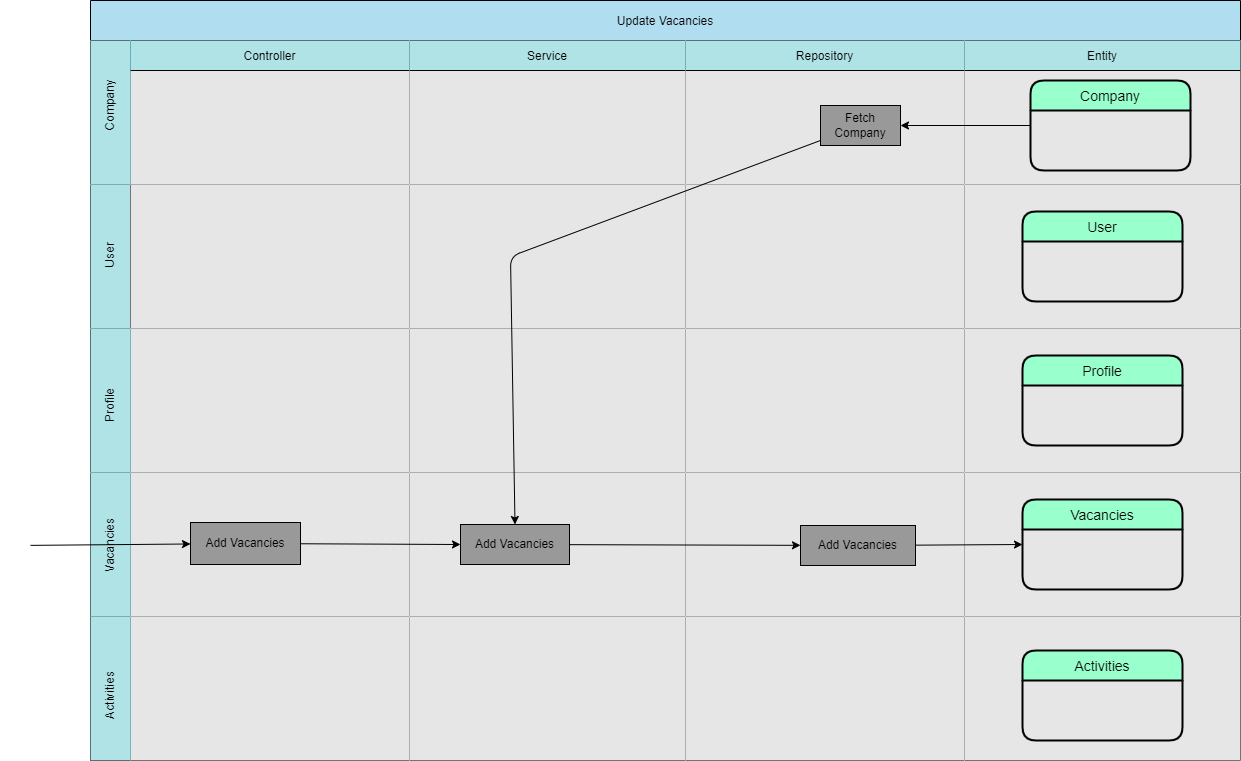
This is documents/asd/VAC-ASD-Add-Vacancies-AS-v1.png from AaronSaya/educom-symfony-1690191754, a draw.io export, as it was before one commit. Source tidied: cells renumbered, new cells last; positions are measured from the earlier drawing's top-left corner, leaving out a move shared by most shapes.
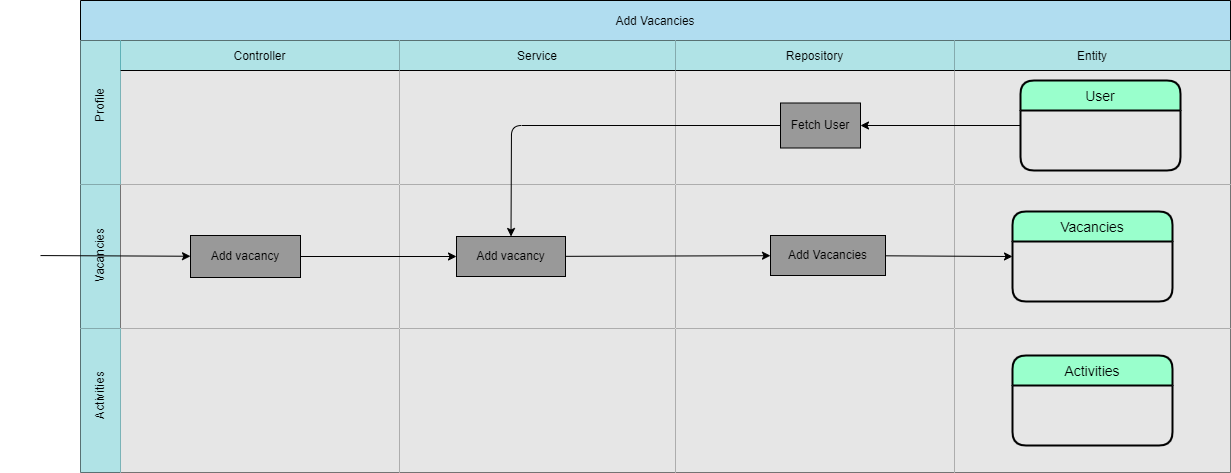
After the commit.

The edit, as a diff of the source:
```diff
@@ -2,8 +2,8 @@
   <root>
     <mxCell id="0" />
     <mxCell id="1" parent="0" />
-    <mxCell id="2" value="Update Vacancies" style="shape=table;startSize=40;fillColor=#b1ddf0;strokeColor=#000000;fontColor=#000000;" parent="1" vertex="1">
-      <mxGeometry x="90" width="1150" height="760" as="geometry" />
+    <mxCell id="2" value="Add Vacancies" style="shape=table;startSize=40;fillColor=#b1ddf0;strokeColor=#000000;fontColor=#000000;" parent="1" vertex="1">
+      <mxGeometry x="90" width="1150" height="472" as="geometry" />
     </mxCell>
     <mxCell id="3" style="shape=tableRow;horizontal=0;swimlaneHead=0;swimlaneBody=0;top=0;left=0;bottom=0;right=0;fontStyle=0;fillColor=#b0e3e6;startSize=40;strokeColor=#0e8088;fontColor=#000000;" parent="2" vertex="1">
       <mxGeometry y="40" width="1150" height="144" as="geometry" />
@@ -17,13 +17,13 @@
     <mxCell id="6" value="Repository" style="swimlane;swimlaneHead=0;swimlaneBody=0;fontStyle=0;fillColor=#b0e3e6;startSize=30;strokeColor=#000000;fontColor=#000000;swimlaneFillColor=#E6E6E6;" parent="3" vertex="1">
       <mxGeometry x="595" width="279" height="144" as="geometry" />
     </mxCell>
-    <mxCell id="7" value="Fetch Company" style="whiteSpace=wrap;html=1;fillColor=#999999;fontColor=#000000;" parent="6" vertex="1">
-      <mxGeometry x="135" y="65" width="80" height="40" as="geometry" />
+    <mxCell id="7" value="Fetch User" style="whiteSpace=wrap;html=1;fillColor=#999999;fontColor=#000000;" parent="6" vertex="1">
+      <mxGeometry x="105" y="62.5" width="80" height="45" as="geometry" />
     </mxCell>
     <mxCell id="8" value="Entity" style="swimlane;swimlaneHead=0;swimlaneBody=0;fontStyle=0;fillColor=#b0e3e6;startSize=30;strokeColor=#000000;fontColor=#000000;swimlaneFillColor=#E6E6E6;" parent="3" vertex="1">
       <mxGeometry x="874" width="276" height="144" as="geometry" />
     </mxCell>
-    <mxCell id="9" value="Company" style="swimlane;horizontal=1;startSize=30;rounded=1;fontSize=14;fontStyle=0;strokeWidth=2;shadow=0;dashed=0;align=center;fillColor=#99FFCC;strokeColor=#000000;fontColor=#000000;" parent="8" vertex="1">
+    <mxCell id="9" value="User" style="swimlane;horizontal=1;startSize=30;rounded=1;fontSize=14;fontStyle=0;strokeWidth=2;shadow=0;dashed=0;align=center;fillColor=#99FFCC;strokeColor=#000000;fontColor=#000000;" parent="8" vertex="1">
       <mxGeometry x="66" y="40" width="160" height="90" as="geometry" />
     </mxCell>
     <mxCell id="10" style="edgeStyle=none;html=1;strokeColor=#000000;exitX=0;exitY=0.5;exitDx=0;exitDy=0;" parent="3" edge="1" source="9" target="7">
@@ -35,18 +35,36 @@
     <mxCell id="12" style="swimlane;swimlaneHead=0;swimlaneBody=0;fontStyle=0;fillColor=none;startSize=0;swimlaneFillColor=#E6E6E6;strokeColor=#000000;" parent="11" vertex="1">
       <mxGeometry x="40" width="279" height="144" as="geometry" />
     </mxCell>
+    <mxCell id="25" value="&lt;span style=&quot;&quot;&gt;Add&amp;nbsp;&lt;/span&gt;vacancy" style="whiteSpace=wrap;html=1;fillColor=#999999;fillStyle=auto;fontColor=#000000;" parent="12" vertex="1">
+      <mxGeometry x="70" y="51" width="110" height="42" as="geometry" />
+    </mxCell>
     <mxCell id="13" style="swimlane;swimlaneHead=0;swimlaneBody=0;fontStyle=0;fillColor=none;startSize=0;swimlaneFillColor=#E6E6E6;strokeColor=#000000;fontColor=#000000;" parent="11" vertex="1">
       <mxGeometry x="319" width="276" height="144" as="geometry" />
     </mxCell>
+    <mxCell id="27" value="&lt;span style=&quot;&quot;&gt;Add&amp;nbsp;&lt;/span&gt;vacancy" style="whiteSpace=wrap;html=1;fillColor=#999999;fontColor=#000000;" parent="13" vertex="1">
+      <mxGeometry x="57" y="52" width="109" height="40" as="geometry" />
+    </mxCell>
     <mxCell id="14" style="swimlane;swimlaneHead=0;swimlaneBody=0;fontStyle=0;fillColor=none;startSize=0;swimlaneFillColor=#E6E6E6;strokeColor=#000000;" parent="11" vertex="1">
       <mxGeometry x="595" width="279" height="144" as="geometry" />
     </mxCell>
+    <mxCell id="29" value="&lt;span style=&quot;&quot;&gt;Add&amp;nbsp;&lt;/span&gt;Vacancies" style="whiteSpace=wrap;html=1;fillColor=#999999;fontColor=#000000;align=center;" parent="14" vertex="1">
+      <mxGeometry x="95" y="51" width="115" height="40" as="geometry" />
+    </mxCell>
     <mxCell id="15" style="swimlane;swimlaneHead=0;swimlaneBody=0;fontStyle=0;fillColor=none;startSize=0;swimlaneFillColor=#E6E6E6;strokeColor=#000000;" parent="11" vertex="1">
       <mxGeometry x="874" width="276" height="144" as="geometry" />
     </mxCell>
-    <mxCell id="16" value="User" style="swimlane;horizontal=1;startSize=30;rounded=1;fontSize=14;fontStyle=0;strokeWidth=2;shadow=0;dashed=0;align=center;fillColor=#99FFCC;strokeColor=#000000;fontColor=#000000;" parent="15" vertex="1">
+    <mxCell id="16" value="Vacancies" style="swimlane;horizontal=1;startSize=30;rounded=1;fontSize=14;fontStyle=0;strokeWidth=2;shadow=0;dashed=0;align=center;fillColor=#99FFCC;strokeColor=#000000;fontColor=#000000;" parent="15" vertex="1">
       <mxGeometry x="58" y="27" width="160" height="90" as="geometry" />
     </mxCell>
+    <mxCell id="34" style="edgeStyle=none;html=1;entryX=0;entryY=0.5;entryDx=0;entryDy=0;strokeColor=#000000;" parent="11" edge="1" source="25" target="27">
+      <mxGeometry relative="1" as="geometry" />
+    </mxCell>
+    <mxCell id="33" style="edgeStyle=none;html=1;strokeColor=#000000;" parent="11" edge="1" source="27" target="29">
+      <mxGeometry relative="1" as="geometry" />
+    </mxCell>
+    <mxCell id="49" style="edgeStyle=none;html=1;entryX=0;entryY=0.5;entryDx=0;entryDy=0;strokeColor=#000000;" parent="11" edge="1" source="29" target="16">
+      <mxGeometry relative="1" as="geometry" />
+    </mxCell>
     <mxCell id="17" style="shape=tableRow;horizontal=0;swimlaneHead=0;swimlaneBody=0;top=0;left=0;bottom=0;right=0;fontStyle=0;fillColor=#b0e3e6;startSize=40;strokeColor=#0e8088;" parent="2" vertex="1">
       <mxGeometry y="328" width="1150" height="144" as="geometry" />
     </mxCell>
@@ -62,90 +80,30 @@
     <mxCell id="21" style="swimlane;swimlaneHead=0;swimlaneBody=0;fontStyle=0;fillColor=none;startSize=0;swimlaneFillColor=#E6E6E6;strokeColor=#000000;" parent="17" vertex="1">
       <mxGeometry x="874" width="276" height="144" as="geometry" />
     </mxCell>
-    <mxCell id="22" value="Profile" style="swimlane;horizontal=1;startSize=30;rounded=1;fontSize=14;fontStyle=0;strokeWidth=2;shadow=0;dashed=0;align=center;fillColor=#99FFCC;strokeColor=#000000;fontColor=#000000;" parent="21" vertex="1">
+    <mxCell id="22" value="Activities" style="swimlane;horizontal=1;startSize=30;rounded=1;fontSize=14;fontStyle=0;strokeWidth=2;shadow=0;dashed=0;align=center;fillColor=#99FFCC;strokeColor=#000000;fontColor=#000000;" parent="21" vertex="1">
       <mxGeometry x="58" y="27" width="160" height="90" as="geometry" />
     </mxCell>
-    <mxCell id="23" style="shape=tableRow;horizontal=0;swimlaneHead=0;swimlaneBody=0;top=0;left=0;bottom=0;right=0;fontStyle=0;fillColor=#b0e3e6;startSize=40;strokeColor=#0e8088;" parent="2" vertex="1">
-      <mxGeometry y="472" width="1150" height="144" as="geometry" />
-    </mxCell>
-    <mxCell id="24" style="swimlane;swimlaneHead=0;swimlaneBody=0;fontStyle=0;fillColor=none;startSize=0;swimlaneFillColor=#E6E6E6;strokeColor=#000000;" parent="23" vertex="1">
-      <mxGeometry x="40" width="279" height="144" as="geometry" />
-    </mxCell>
-    <mxCell id="25" value="&lt;span style=&quot;&quot;&gt;Add&amp;nbsp;&lt;/span&gt;Vacancies" style="whiteSpace=wrap;html=1;fillColor=#999999;fillStyle=auto;fontColor=#000000;" parent="24" vertex="1">
-      <mxGeometry x="60" y="50" width="110" height="42" as="geometry" />
-    </mxCell>
-    <mxCell id="26" style="swimlane;swimlaneHead=0;swimlaneBody=0;fontStyle=0;fillColor=none;startSize=0;swimlaneFillColor=#E6E6E6;strokeColor=#000000;" parent="23" vertex="1">
-      <mxGeometry x="319" width="276" height="144" as="geometry" />
-    </mxCell>
-    <mxCell id="27" value="Add Vacancies" style="whiteSpace=wrap;html=1;fillColor=#999999;fontColor=#000000;" parent="26" vertex="1">
-      <mxGeometry x="51" y="52" width="109" height="40" as="geometry" />
-    </mxCell>
-    <mxCell id="28" style="swimlane;swimlaneHead=0;swimlaneBody=0;fontStyle=0;fillColor=none;startSize=0;swimlaneFillColor=#E6E6E6;strokeColor=#000000;" parent="23" vertex="1">
-      <mxGeometry x="595" width="279" height="144" as="geometry" />
-    </mxCell>
-    <mxCell id="29" value="Add Vacancies" style="whiteSpace=wrap;html=1;fillColor=#999999;fontColor=#000000;align=center;" parent="28" vertex="1">
-      <mxGeometry x="115" y="53" width="115" height="40" as="geometry" />
-    </mxCell>
-    <mxCell id="30" style="swimlane;swimlaneHead=0;swimlaneBody=0;fontStyle=0;fillColor=none;startSize=0;swimlaneFillColor=#E6E6E6;" parent="23" vertex="1">
-      <mxGeometry x="874" width="276" height="144" as="geometry" />
-    </mxCell>
-    <mxCell id="31" value="Vacancies" style="swimlane;horizontal=1;startSize=30;rounded=1;fontSize=14;fontStyle=0;strokeWidth=2;shadow=0;dashed=0;align=center;fillColor=#99FFCC;strokeColor=#000000;fontColor=#000000;" parent="30" vertex="1">
-      <mxGeometry x="58" y="27" width="160" height="90" as="geometry" />
-    </mxCell>
-    <mxCell id="32" style="edgeStyle=none;html=1;entryX=0;entryY=0.5;entryDx=0;entryDy=0;strokeColor=#000000;" parent="23" edge="1" source="29" target="31">
-      <mxGeometry relative="1" as="geometry" />
-    </mxCell>
-    <mxCell id="33" style="edgeStyle=none;html=1;strokeColor=#000000;" parent="23" edge="1" source="27" target="29">
-      <mxGeometry relative="1" as="geometry" />
-    </mxCell>
-    <mxCell id="34" style="edgeStyle=none;html=1;entryX=0;entryY=0.5;entryDx=0;entryDy=0;strokeColor=#000000;" parent="23" edge="1" source="25" target="27">
-      <mxGeometry relative="1" as="geometry" />
-    </mxCell>
-    <mxCell id="35" style="shape=tableRow;horizontal=0;swimlaneHead=0;swimlaneBody=0;top=0;left=0;bottom=0;right=0;fontStyle=0;fillColor=#b0e3e6;startSize=40;strokeColor=#0e8088;" parent="2" vertex="1">
-      <mxGeometry y="616" width="1150" height="144" as="geometry" />
-    </mxCell>
-    <mxCell id="36" style="swimlane;swimlaneHead=0;swimlaneBody=0;fontStyle=0;fillColor=none;startSize=0;swimlaneFillColor=#E6E6E6;strokeColor=#000000;" parent="35" vertex="1">
-      <mxGeometry x="40" width="279" height="144" as="geometry" />
-    </mxCell>
-    <mxCell id="37" style="swimlane;swimlaneHead=0;swimlaneBody=0;fontStyle=0;fillColor=none;startSize=0;swimlaneFillColor=#E6E6E6;strokeColor=#000000;" parent="35" vertex="1">
-      <mxGeometry x="319" width="276" height="144" as="geometry" />
-    </mxCell>
-    <mxCell id="38" style="swimlane;swimlaneHead=0;swimlaneBody=0;fontStyle=0;fillColor=none;startSize=0;swimlaneFillColor=#E6E6E6;strokeColor=#000000;" parent="35" vertex="1">
-      <mxGeometry x="595" width="279" height="144" as="geometry" />
-    </mxCell>
-    <mxCell id="39" style="swimlane;swimlaneHead=0;swimlaneBody=0;fontStyle=0;fillColor=none;startSize=0;swimlaneFillColor=#E6E6E6;strokeColor=#000000;" parent="35" vertex="1">
-      <mxGeometry x="874" width="276" height="144" as="geometry" />
-    </mxCell>
-    <mxCell id="40" value="Activities" style="swimlane;horizontal=1;startSize=30;rounded=1;fontSize=14;fontStyle=0;strokeWidth=2;shadow=0;dashed=0;align=center;fillColor=#99FFCC;strokeColor=#000000;fontColor=#000000;" parent="39" vertex="1">
-      <mxGeometry x="58" y="34" width="160" height="90" as="geometry" />
-    </mxCell>
-    <mxCell id="41" style="edgeStyle=none;html=1;entryX=0.5;entryY=0;entryDx=0;entryDy=0;strokeColor=#000000;" parent="2" edge="1" source="7" target="27">
+    <mxCell id="41" style="edgeStyle=none;html=1;entryX=0.5;entryY=0;entryDx=0;entryDy=0;exitX=0;exitY=0.5;exitDx=0;exitDy=0;strokeColor=#000000;" parent="2" edge="1" source="7" target="27">
       <mxGeometry relative="1" as="geometry">
         <Array as="points">
-          <mxPoint x="420" y="256" />
+          <mxPoint x="431" y="125" />
         </Array>
       </mxGeometry>
     </mxCell>
-    <mxCell id="42" value="&lt;font color=&quot;#000000&quot;&gt;Company&lt;/font&gt;" style="text;strokeColor=none;align=center;fillColor=none;html=1;verticalAlign=middle;whiteSpace=wrap;rounded=0;rotation=-90;" parent="1" vertex="1">
-      <mxGeometry x="80" y="90" width="60" height="30" as="geometry" />
-    </mxCell>
-    <mxCell id="43" value="&lt;font color=&quot;#000000&quot;&gt;User&lt;/font&gt;" style="text;strokeColor=none;align=center;fillColor=none;html=1;verticalAlign=middle;whiteSpace=wrap;rounded=0;rotation=-90;" parent="1" vertex="1">
-      <mxGeometry x="80" y="240" width="60" height="30" as="geometry" />
-    </mxCell>
     <mxCell id="44" value="&lt;font color=&quot;#000000&quot;&gt;Profile&lt;/font&gt;" style="text;strokeColor=none;align=center;fillColor=none;html=1;verticalAlign=middle;whiteSpace=wrap;rounded=0;rotation=-90;" parent="1" vertex="1">
-      <mxGeometry x="80" y="390" width="60" height="30" as="geometry" />
+      <mxGeometry x="80" y="90" width="60" height="30" as="geometry" />
     </mxCell>
     <mxCell id="45" value="&lt;font color=&quot;#000000&quot;&gt;Vacancies&lt;/font&gt;" style="text;strokeColor=none;align=center;fillColor=none;html=1;verticalAlign=middle;whiteSpace=wrap;rounded=0;rotation=-90;" parent="1" vertex="1">
-      <mxGeometry x="80" y="530" width="60" height="30" as="geometry" />
+      <mxGeometry x="80" y="240" width="60" height="30" as="geometry" />
     </mxCell>
     <mxCell id="46" value="&lt;font color=&quot;#000000&quot;&gt;Activities&lt;/font&gt;" style="text;strokeColor=none;align=center;fillColor=none;html=1;verticalAlign=middle;whiteSpace=wrap;rounded=0;rotation=-90;" parent="1" vertex="1">
-      <mxGeometry x="80" y="680" width="60" height="30" as="geometry" />
+      <mxGeometry x="80" y="380" width="60" height="30" as="geometry" />
     </mxCell>
     <mxCell id="47" style="edgeStyle=none;html=1;strokeColor=#000000;" parent="1" edge="1" source="48" target="25">
       <mxGeometry relative="1" as="geometry" />
     </mxCell>
-    <mxCell id="48" value="&lt;font color=&quot;#ffffff&quot;&gt;Actor&lt;/font&gt;" style="shape=umlActor;verticalLabelPosition=bottom;verticalAlign=top;html=1;outlineConnect=0;strokeColor=#FFFFFF;fillColor=none;" parent="1" vertex="1">
-      <mxGeometry y="515" width="30" height="60" as="geometry" />
+    <mxCell id="48" value="&lt;font color=&quot;#ffffff&quot;&gt;Employer&lt;/font&gt;" style="shape=umlActor;verticalLabelPosition=bottom;verticalAlign=top;html=1;outlineConnect=0;strokeColor=#FFFFFF;fillColor=none;" parent="1" vertex="1">
+      <mxGeometry x="20" y="225" width="30" height="60" as="geometry" />
     </mxCell>
   </root>
 </mxGraphModel>
```
